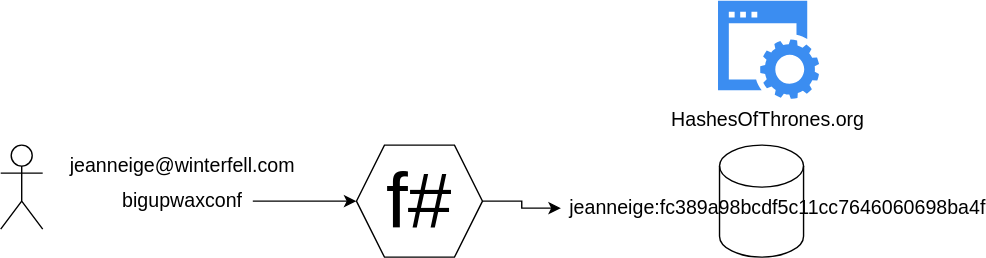
Before: images/hashing-diagram.svg, a diagram exported from draw.io (ncomet/mavie-darkweb). Source tidied: cells renumbered, new cells last; positions are measured from the earlier drawing's top-left corner, leaving out a move shared by most shapes.
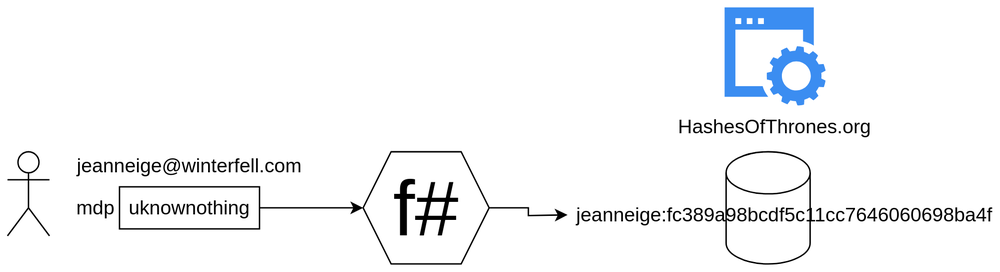
The same file after the commit.

Change to the diagram source:
```diff
@@ -16,7 +16,7 @@
     <mxCell id="5" style="edgeStyle=orthogonalEdgeStyle;rounded=0;jettySize=auto;html=1;entryX=0;entryY=0.5;entryDx=0;entryDy=0;fontSize=14;" parent="1" edge="1" source="6" target="3">
       <mxGeometry relative="1" as="geometry" />
     </mxCell>
-    <mxCell id="6" value="bigupwaxconf" style="text;html=1;strokeColor=none;fillColor=none;align=center;verticalAlign=middle;whiteSpace=wrap;rounded=0;fontSize=14;" parent="1" vertex="1">
+    <mxCell id="6" value="uknownothing" style="text;html=1;strokeColor=default;fillColor=none;align=center;verticalAlign=middle;whiteSpace=wrap;rounded=0;fontSize=14;" parent="1" vertex="1">
       <mxGeometry x="80" y="128" width="100" height="30" as="geometry" />
     </mxCell>
     <mxCell id="7" style="shape=cylinder3;whiteSpace=wrap;html=1;boundedLbl=1;backgroundOutline=1;size=15;fontSize=14;" parent="1" vertex="1">
@@ -32,7 +32,10 @@
       <mxGeometry x="440" y="133" width="230" height="30" as="geometry" />
     </mxCell>
     <mxCell id="11" value="jeanneige@winterfell.com" style="text;html=1;strokeColor=none;fillColor=none;align=center;verticalAlign=middle;whiteSpace=wrap;rounded=0;fontSize=14;" parent="1" vertex="1">
-      <mxGeometry x="80" y="103" width="100" height="30" as="geometry" />
+      <mxGeometry x="80" y="98" width="100" height="30" as="geometry" />
     </mxCell>
+    <mxCell id="12" value="mdp" style="text;html=1;strokeColor=none;fillColor=none;align=center;verticalAlign=middle;whiteSpace=wrap;rounded=0;fontSize=14;" parent="1" vertex="1">
+      <mxGeometry x="33" y="128" width="60" height="30" as="geometry" />
+    </mxCell>
   </root>
 </mxGraphModel>
```
